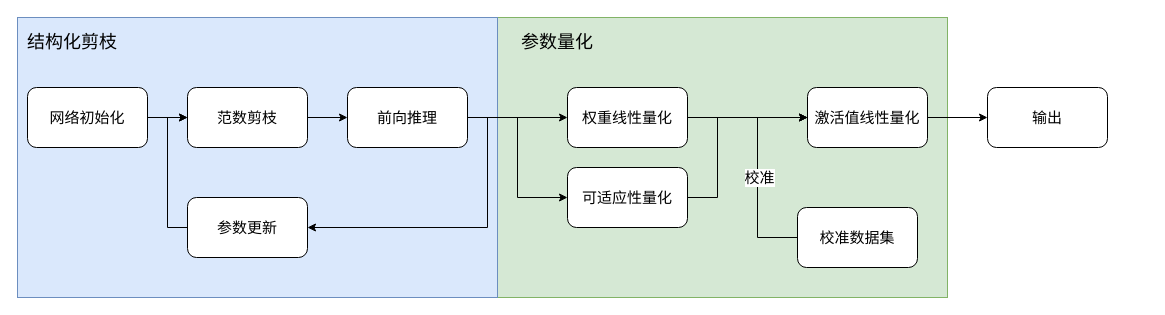
This is PrunePtq.drawio from JIANGBOFENG/MY_GIT_Repo, a draw.io file, before an edit. Source tidied: cells renumbered, new cells numbered last; positions are measured from the earlier drawing's top-left corner, leaving out a move shared by most shapes. Both pictures are drawn from the tidied source at 100%, with x=0, y=0 at pixel (17, 17).
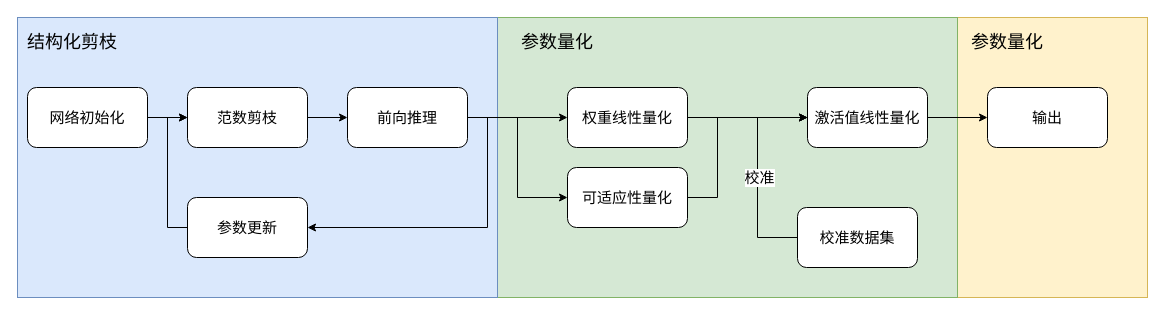
The same page after the edit.

Diff of the diagram source:
```diff
@@
+    <mxCell id="26" style="rounded=0;whiteSpace=wrap;html=1;fillColor=#fff2cc;strokeColor=#d6b656;fontSize=15;" parent="1" vertex="1">
+      <mxGeometry x="940" width="190" height="280" as="geometry" />
+    </mxCell>
     <mxCell id="2" style="rounded=0;whiteSpace=wrap;html=1;fillColor=#d5e8d4;strokeColor=#82b366;fontSize=15;" parent="1" vertex="1">
-      <mxGeometry x="480" width="450" height="280" as="geometry" />
+      <mxGeometry x="480" width="460" height="280" as="geometry" />
     </mxCell>
@@
+    <mxCell id="27" value="参数量化" style="text;html=1;strokeColor=none;fillColor=none;align=center;verticalAlign=middle;whiteSpace=wrap;rounded=0;fontSize=18;" parent="1" vertex="1">
+      <mxGeometry x="930" width="120" height="50" as="geometry" />
+    </mxCell>
```
